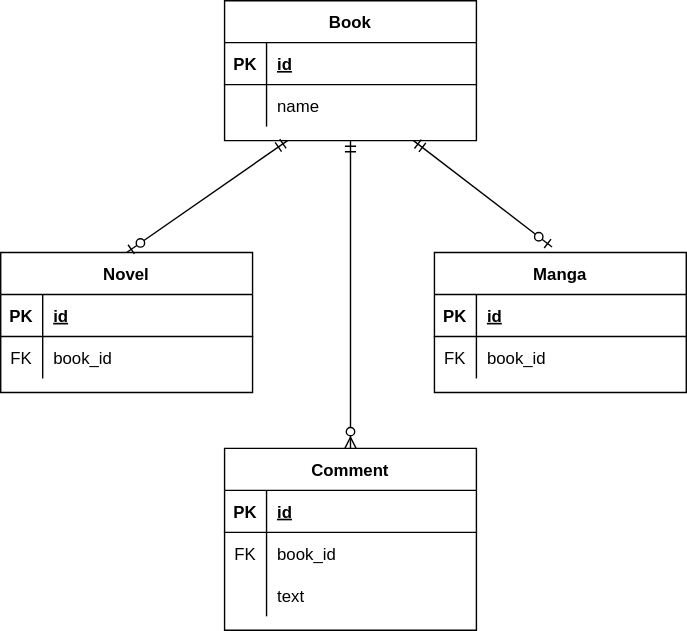
tomoya3178/praha-challenge keeps this draw.io diagram as 24/answer.drawio.svg. Above is the earlier version. Source tidied: cells renumbered, new cells last; positions are measured from the earlier drawing's top-left corner, leaving out a move shared by most shapes. The source it was exported from:
```xml
<mxGraphModel>
  <root>
    <mxCell id="0" />
    <mxCell id="1" parent="0" />
    <mxCell id="2" value="Book" style="shape=table;startSize=30;rowLines=0;fontStyle=1;align=center;" parent="1" vertex="1">
      <mxGeometry x="160" width="180" height="100" as="geometry" />
    </mxCell>
    <mxCell id="3" style="shape=partialRectangle;fillColor=none;top=0;left=0;bottom=1;right=0;" parent="2" vertex="1">
      <mxGeometry y="30" width="180" height="30" as="geometry" />
    </mxCell>
    <mxCell id="4" value="PK" style="shape=partialRectangle;fillColor=none;top=0;left=0;bottom=0;right=0;fontStyle=1;overflow=hidden;" parent="3" vertex="1">
      <mxGeometry width="30" height="30" as="geometry" />
    </mxCell>
    <mxCell id="5" value="id" style="shape=partialRectangle;fillColor=none;top=0;left=0;bottom=0;right=0;align=left;spacingLeft=6;fontStyle=5;overflow=hidden;" parent="3" vertex="1">
      <mxGeometry x="30" width="150" height="30" as="geometry" />
    </mxCell>
    <mxCell id="6" style="shape=partialRectangle;fillColor=none;top=0;left=0;bottom=0;right=0;" parent="2" vertex="1">
      <mxGeometry y="60" width="180" height="30" as="geometry" />
    </mxCell>
    <mxCell id="7" style="shape=partialRectangle;fillColor=none;top=0;left=0;bottom=0;right=0;overflow=hidden;" parent="6" vertex="1">
      <mxGeometry width="30" height="30" as="geometry" />
    </mxCell>
    <mxCell id="8" value="name" style="shape=partialRectangle;fillColor=none;top=0;left=0;bottom=0;right=0;align=left;spacingLeft=6;overflow=hidden;" parent="6" vertex="1">
      <mxGeometry x="30" width="150" height="30" as="geometry" />
    </mxCell>
    <mxCell id="9" value="Novel" style="shape=table;startSize=30;rowLines=0;fontStyle=1;align=center;" parent="1" vertex="1">
      <mxGeometry y="180" width="180" height="100" as="geometry" />
    </mxCell>
    <mxCell id="10" style="shape=partialRectangle;fillColor=none;top=0;left=0;bottom=1;right=0;" parent="9" vertex="1">
      <mxGeometry y="30" width="180" height="30" as="geometry" />
    </mxCell>
    <mxCell id="11" value="PK" style="shape=partialRectangle;fillColor=none;top=0;left=0;bottom=0;right=0;fontStyle=1;overflow=hidden;" parent="10" vertex="1">
      <mxGeometry width="30" height="30" as="geometry" />
    </mxCell>
    <mxCell id="12" value="id" style="shape=partialRectangle;fillColor=none;top=0;left=0;bottom=0;right=0;align=left;spacingLeft=6;fontStyle=5;overflow=hidden;" parent="10" vertex="1">
      <mxGeometry x="30" width="150" height="30" as="geometry" />
    </mxCell>
    <mxCell id="13" style="shape=partialRectangle;fillColor=none;top=0;left=0;bottom=0;right=0;" parent="9" vertex="1">
      <mxGeometry y="60" width="180" height="30" as="geometry" />
    </mxCell>
    <mxCell id="14" value="FK" style="shape=partialRectangle;fillColor=none;top=0;left=0;bottom=0;right=0;overflow=hidden;" parent="13" vertex="1">
      <mxGeometry width="30" height="30" as="geometry" />
    </mxCell>
    <mxCell id="15" value="book_id" style="shape=partialRectangle;fillColor=none;top=0;left=0;bottom=0;right=0;align=left;spacingLeft=6;overflow=hidden;" parent="13" vertex="1">
      <mxGeometry x="30" width="150" height="30" as="geometry" />
    </mxCell>
    <mxCell id="16" value="Manga" style="shape=table;startSize=30;rowLines=0;fontStyle=1;align=center;" parent="1" vertex="1">
      <mxGeometry x="310" y="180" width="180" height="100" as="geometry" />
    </mxCell>
    <mxCell id="17" style="shape=partialRectangle;fillColor=none;top=0;left=0;bottom=1;right=0;" parent="16" vertex="1">
      <mxGeometry y="30" width="180" height="30" as="geometry" />
    </mxCell>
    <mxCell id="18" value="PK" style="shape=partialRectangle;fillColor=none;top=0;left=0;bottom=0;right=0;fontStyle=1;overflow=hidden;" parent="17" vertex="1">
      <mxGeometry width="30" height="30" as="geometry" />
    </mxCell>
    <mxCell id="19" value="id" style="shape=partialRectangle;fillColor=none;top=0;left=0;bottom=0;right=0;align=left;spacingLeft=6;fontStyle=5;overflow=hidden;" parent="17" vertex="1">
      <mxGeometry x="30" width="150" height="30" as="geometry" />
    </mxCell>
    <mxCell id="20" style="shape=partialRectangle;fillColor=none;top=0;left=0;bottom=0;right=0;" parent="16" vertex="1">
      <mxGeometry y="60" width="180" height="30" as="geometry" />
    </mxCell>
    <mxCell id="21" value="FK" style="shape=partialRectangle;fillColor=none;top=0;left=0;bottom=0;right=0;overflow=hidden;" parent="20" vertex="1">
      <mxGeometry width="30" height="30" as="geometry" />
    </mxCell>
    <mxCell id="22" value="book_id" style="shape=partialRectangle;fillColor=none;top=0;left=0;bottom=0;right=0;align=left;spacingLeft=6;overflow=hidden;" parent="20" vertex="1">
      <mxGeometry x="30" width="150" height="30" as="geometry" />
    </mxCell>
    <mxCell id="23" value="Comment" style="shape=table;startSize=30;rowLines=0;fontStyle=1;align=center;" parent="1" vertex="1">
      <mxGeometry x="160" y="320" width="180" height="130" as="geometry" />
    </mxCell>
    <mxCell id="24" style="shape=partialRectangle;fillColor=none;top=0;left=0;bottom=1;right=0;" parent="23" vertex="1">
      <mxGeometry y="30" width="180" height="30" as="geometry" />
    </mxCell>
    <mxCell id="25" value="PK" style="shape=partialRectangle;fillColor=none;top=0;left=0;bottom=0;right=0;fontStyle=1;overflow=hidden;" parent="24" vertex="1">
      <mxGeometry width="30" height="30" as="geometry" />
    </mxCell>
    <mxCell id="26" value="id" style="shape=partialRectangle;fillColor=none;top=0;left=0;bottom=0;right=0;align=left;spacingLeft=6;fontStyle=5;overflow=hidden;" parent="24" vertex="1">
      <mxGeometry x="30" width="150" height="30" as="geometry" />
    </mxCell>
    <mxCell id="27" style="shape=partialRectangle;fillColor=none;top=0;left=0;bottom=0;right=0;" parent="23" vertex="1">
      <mxGeometry y="60" width="180" height="30" as="geometry" />
    </mxCell>
    <mxCell id="28" value="FK" style="shape=partialRectangle;fillColor=none;top=0;left=0;bottom=0;right=0;overflow=hidden;" parent="27" vertex="1">
      <mxGeometry width="30" height="30" as="geometry" />
    </mxCell>
    <mxCell id="29" value="book_id" style="shape=partialRectangle;fillColor=none;top=0;left=0;bottom=0;right=0;align=left;spacingLeft=6;overflow=hidden;" parent="27" vertex="1">
      <mxGeometry x="30" width="150" height="30" as="geometry" />
    </mxCell>
    <mxCell id="30" style="shape=partialRectangle;fillColor=none;top=0;left=0;bottom=0;right=0;" parent="23" vertex="1">
      <mxGeometry y="90" width="180" height="30" as="geometry" />
    </mxCell>
    <mxCell id="31" style="shape=partialRectangle;fillColor=none;top=0;left=0;bottom=0;right=0;overflow=hidden;" parent="30" vertex="1">
      <mxGeometry width="30" height="30" as="geometry" />
    </mxCell>
    <mxCell id="32" value="text" style="shape=partialRectangle;fillColor=none;top=0;left=0;bottom=0;right=0;align=left;spacingLeft=6;overflow=hidden;" parent="30" vertex="1">
      <mxGeometry x="30" width="150" height="30" as="geometry" />
    </mxCell>
    <mxCell id="33" style="fontSize=12;html=1;endArrow=ERzeroToMany;startArrow=ERmandOne;entryX=0.5;entryY=0;entryDx=0;entryDy=0;exitX=0.5;exitY=1;exitDx=0;exitDy=0;" parent="1" edge="1" source="2" target="23">
      <mxGeometry relative="1" as="geometry" />
    </mxCell>
    <mxCell id="34" style="fontSize=12;html=1;endArrow=ERzeroToOne;startArrow=ERmandOne;entryX=0.5;entryY=0;entryDx=0;entryDy=0;exitX=0.25;exitY=1;exitDx=0;exitDy=0;" parent="1" edge="1" source="2" target="9">
      <mxGeometry relative="1" as="geometry" />
    </mxCell>
    <mxCell id="35" style="fontSize=12;html=1;endArrow=ERzeroToOne;startArrow=ERmandOne;entryX=0.467;entryY=-0.04;entryDx=0;entryDy=0;entryPerimeter=0;exitX=0.75;exitY=1;exitDx=0;exitDy=0;" parent="1" edge="1" source="2" target="16">
      <mxGeometry relative="1" as="geometry" />
    </mxCell>
  </root>
</mxGraphModel>
```
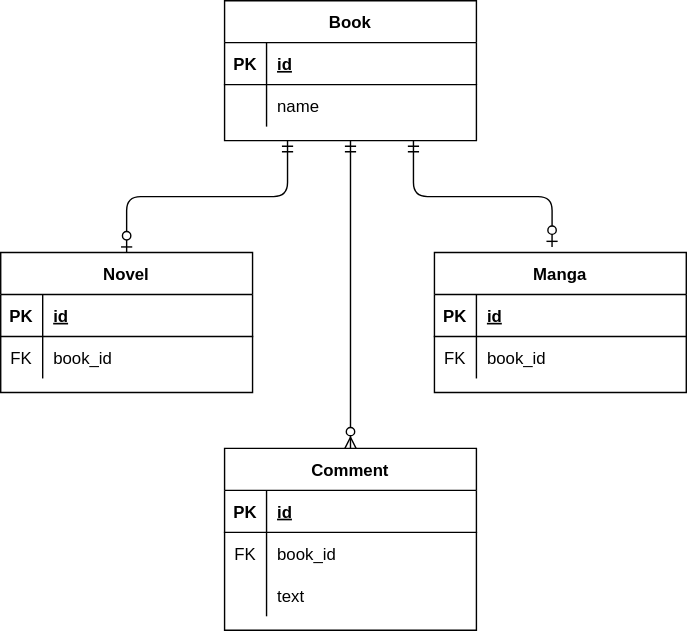
Above is the later version.

Change to the diagram source:
```diff
@@ -98,10 +98,10 @@
     <mxCell id="33" style="fontSize=12;html=1;endArrow=ERzeroToMany;startArrow=ERmandOne;entryX=0.5;entryY=0;entryDx=0;entryDy=0;exitX=0.5;exitY=1;exitDx=0;exitDy=0;" parent="1" edge="1" source="2" target="23">
       <mxGeometry relative="1" as="geometry" />
     </mxCell>
-    <mxCell id="34" style="fontSize=12;html=1;endArrow=ERzeroToOne;startArrow=ERmandOne;entryX=0.5;entryY=0;entryDx=0;entryDy=0;exitX=0.25;exitY=1;exitDx=0;exitDy=0;" parent="1" edge="1" source="2" target="9">
+    <mxCell id="34" style="fontSize=12;html=1;endArrow=ERzeroToOne;startArrow=ERmandOne;entryX=0.5;entryY=0;entryDx=0;entryDy=0;exitX=0.25;exitY=1;exitDx=0;exitDy=0;edgeStyle=orthogonalEdgeStyle;" parent="1" edge="1" source="2" target="9">
       <mxGeometry relative="1" as="geometry" />
     </mxCell>
-    <mxCell id="35" style="fontSize=12;html=1;endArrow=ERzeroToOne;startArrow=ERmandOne;entryX=0.467;entryY=-0.04;entryDx=0;entryDy=0;entryPerimeter=0;exitX=0.75;exitY=1;exitDx=0;exitDy=0;" parent="1" edge="1" source="2" target="16">
+    <mxCell id="35" style="fontSize=12;html=1;endArrow=ERzeroToOne;startArrow=ERmandOne;entryX=0.467;entryY=-0.04;entryDx=0;entryDy=0;entryPerimeter=0;exitX=0.75;exitY=1;exitDx=0;exitDy=0;edgeStyle=orthogonalEdgeStyle;" parent="1" edge="1" source="2" target="16">
       <mxGeometry relative="1" as="geometry" />
     </mxCell>
   </root>
```
